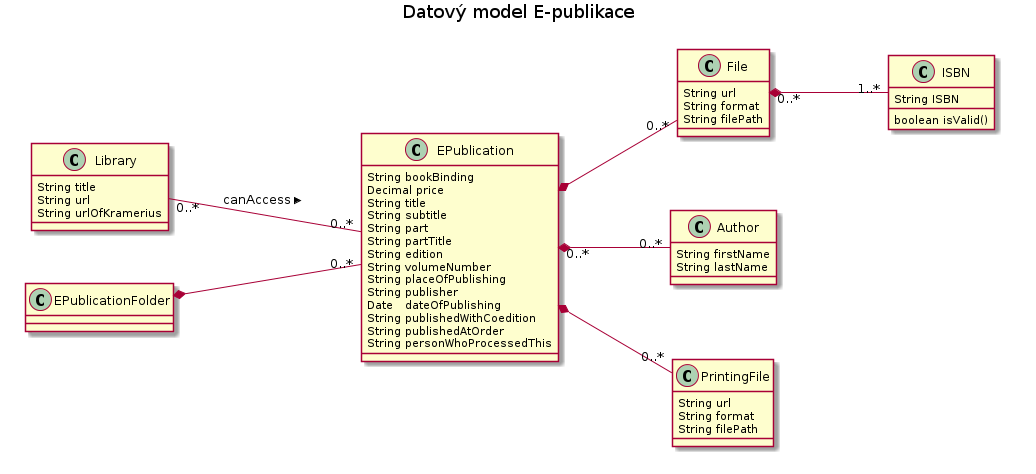
Before: docs/dm01.png, a diagram exported from PlantUML (edeposit/edeposit.policy).
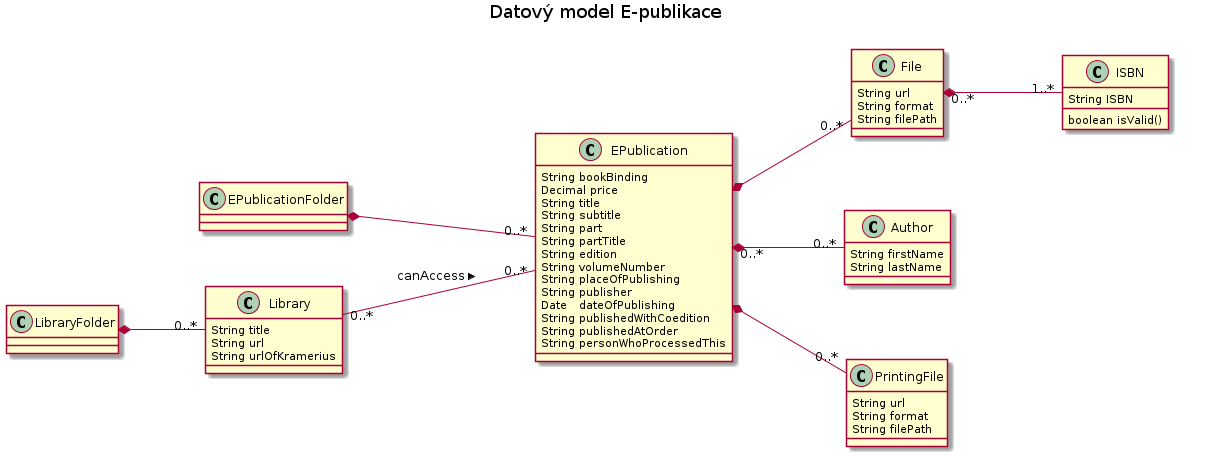
The same diagram one commit later.

The edit, as a diff of the source:
```diff
@@ -52,11 +52,15 @@
 
 }
 
+class LibraryFolder {
+}
+
 Library "0..*" -- "0..*" EPublication: canAccess >
 EPublication *-- "0..*" File
 EPublication *-- "0..*" PrintingFile
 EPublication "0..*" *-- "0..*" Author
 File "0..*" *-- "1..*" ISBN
 EPublicationFolder *-- "0..*" EPublication
+LibraryFolder *-- "0..*" Library
 
 @enduml
```
